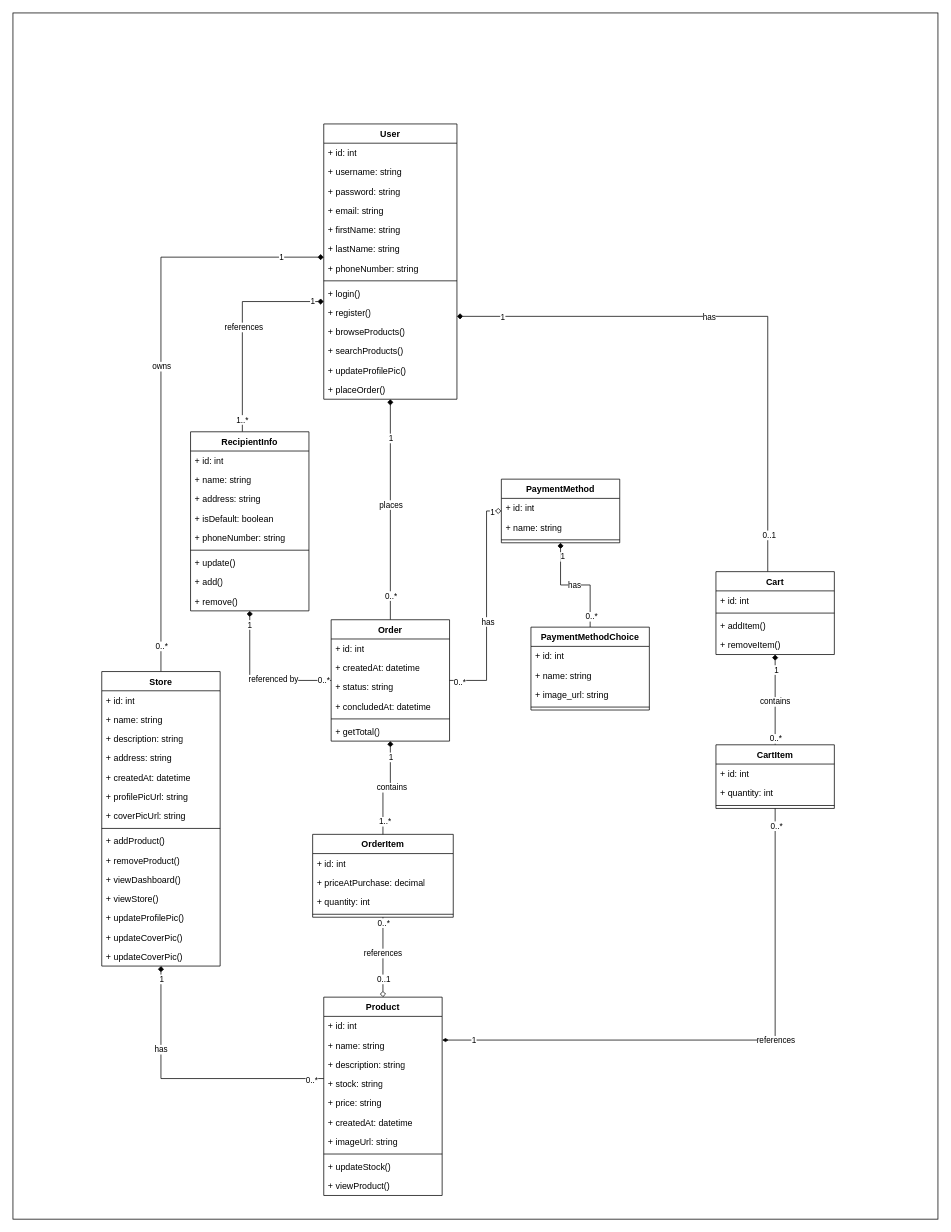
RHILIUS/drawio keeps this draw.io diagram as page "Class Diagram" (2 of 2) of E-Commerce API Use-case diagram.drawio. Above is the earlier version. Source tidied: cells renumbered, new cells numbered last; positions are measured from the earlier drawing's top-left corner, leaving out a move shared by most shapes. Both pictures are drawn from the tidied source at 74%, with x=0, y=0 at pixel (13, 13).
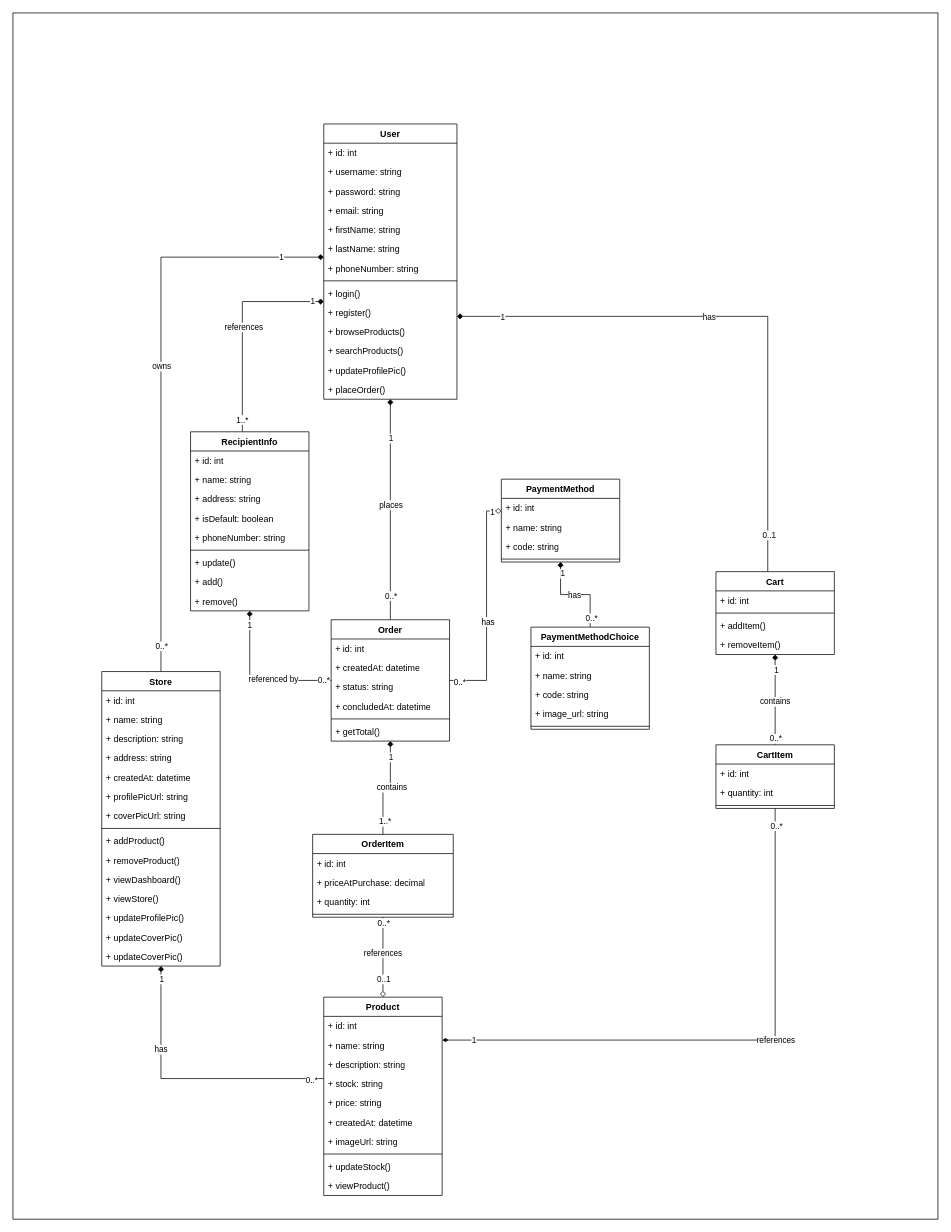
Above is the later version.

Commit message:
feat: add code field on PaymentMethod and PaymentMethodChoice

What changed in the source:
```diff
@@
     <mxCell id="120" value="PaymentMethod" style="swimlane;fontStyle=1;align=center;verticalAlign=top;horizontal=1;startSize=26;whiteSpace=wrap;html=1;" parent="1" vertex="1">
-      <mxGeometry x="660" y="630" width="160" height="86" as="geometry" />
+      <mxGeometry x="660" y="630" width="160" height="112" as="geometry" />
     </mxCell>
@@
+    <mxCell id="133" value="+ code: string" style="text;strokeColor=none;fillColor=none;align=left;verticalAlign=top;spacingLeft=4;spacingRight=4;overflow=hidden;whiteSpace=wrap;html=1;" parent="120" vertex="1">
+      <mxGeometry y="78" width="160" height="26" as="geometry" />
+    </mxCell>
     <mxCell id="123" style="line;strokeWidth=1;fillColor=none;align=left;verticalAlign=middle;spacingTop=-1;spacingLeft=3;spacingRight=3;labelPosition=right;strokeColor=inherit;" parent="120" vertex="1">
-      <mxGeometry y="78" width="160" height="8" as="geometry" />
+      <mxGeometry y="104" width="160" height="8" as="geometry" />
     </mxCell>
@@
     <mxCell id="128" value="PaymentMethodChoice" style="swimlane;fontStyle=1;align=center;verticalAlign=top;horizontal=1;startSize=26;whiteSpace=wrap;html=1;" parent="1" vertex="1">
-      <mxGeometry x="700" y="830" width="160" height="112" as="geometry" />
+      <mxGeometry x="700" y="830" width="160" height="138" as="geometry" />
     </mxCell>
@@
+    <mxCell id="134" value="+ code: string" style="text;strokeColor=none;fillColor=none;align=left;verticalAlign=top;spacingLeft=4;spacingRight=4;overflow=hidden;whiteSpace=wrap;html=1;" parent="128" vertex="1">
+      <mxGeometry y="78" width="160" height="26" as="geometry" />
+    </mxCell>
     <mxCell id="131" value="+ image_url: string" style="text;strokeColor=none;fillColor=none;align=left;verticalAlign=top;spacingLeft=4;spacingRight=4;overflow=hidden;whiteSpace=wrap;html=1;" parent="128" vertex="1">
-      <mxGeometry y="78" width="160" height="26" as="geometry" />
+      <mxGeometry y="104" width="160" height="26" as="geometry" />
     </mxCell>
     <mxCell id="132" style="line;strokeWidth=1;fillColor=none;align=left;verticalAlign=middle;spacingTop=-1;spacingLeft=3;spacingRight=3;labelPosition=right;strokeColor=inherit;" parent="128" vertex="1">
-      <mxGeometry y="104" width="160" height="8" as="geometry" />
+      <mxGeometry y="130" width="160" height="8" as="geometry" />
     </mxCell>
```
